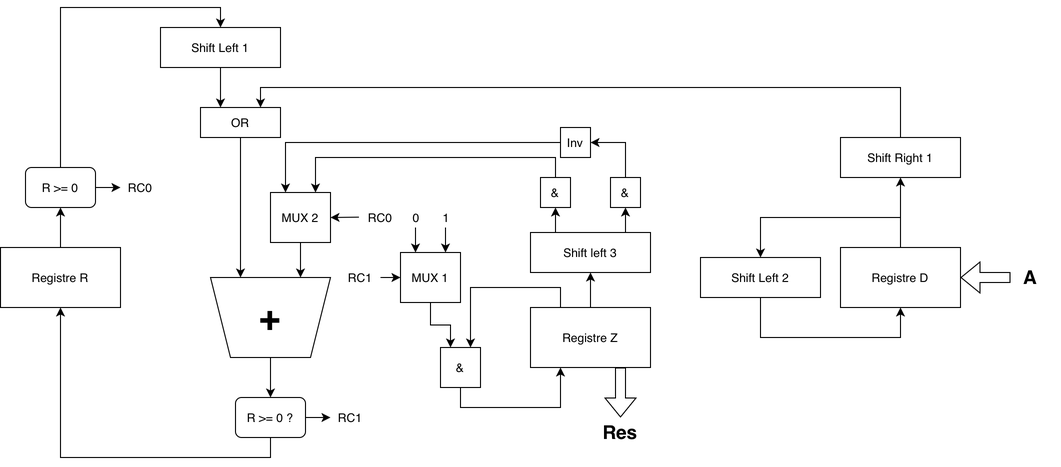
jomsc/a3-seti keeps this draw.io diagram as TP1/rapport-TP-fr/images/chemin_donnees_QB.png. Above is the earlier version. Source tidied: cells renumbered, new cells last; positions are measured from the earlier drawing's top-left corner, leaving out a move shared by most shapes.
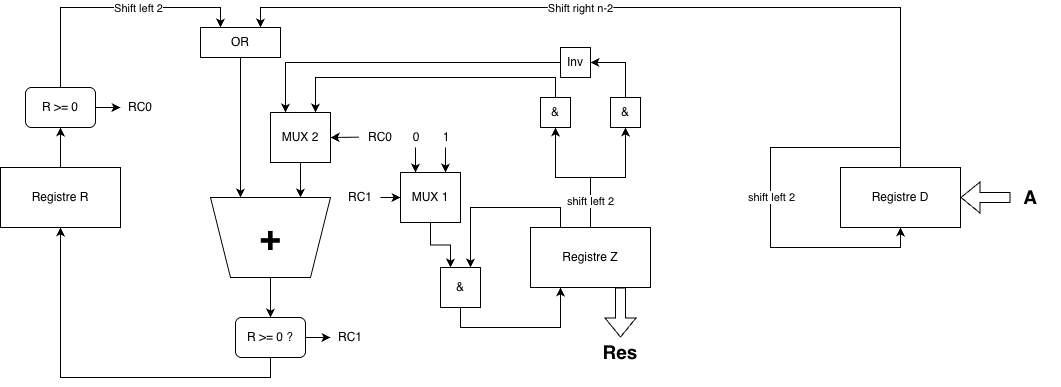
After the change.

Diff of the diagram source:
```diff
@@ -11,11 +11,11 @@
     <mxCell id="4" style="edgeStyle=orthogonalEdgeStyle;rounded=0;jettySize=auto;html=1;exitX=0.5;exitY=1;exitDx=0;exitDy=0;entryX=0.5;entryY=1;entryDx=0;entryDy=0;defaultLabelBackgroundColor=gap;" parent="1" edge="1" source="6" target="8">
       <mxGeometry relative="1" as="geometry" />
     </mxCell>
-    <mxCell id="5" style="edgeStyle=orthogonalEdgeStyle;rounded=0;jettySize=auto;html=1;exitX=1;exitY=0.5;exitDx=0;exitDy=0;defaultLabelBackgroundColor=gap;" parent="1" edge="1" source="6">
-      <mxGeometry relative="1" as="geometry">
-        <mxPoint x="330" y="389.7" as="targetPoint" />
-      </mxGeometry>
-    </mxCell>
+    <mxCell id="55" style="edgeStyle=orthogonalEdgeStyle;rounded=0;jettySize=auto;html=1;exitX=1;exitY=0.5;exitDx=0;exitDy=0;defaultLabelBackgroundColor=gap;" parent="1" edge="1" source="6">
+      <mxGeometry relative="1" as="geometry">
+        <mxPoint x="330" y="389.7" as="targetPoint" />
+      </mxGeometry>
+    </mxCell>
     <mxCell id="6" value="R &amp;gt;= 0 ?" style="rounded=1;whiteSpace=wrap;html=1;roundedPerimeter=1;" parent="1" vertex="1">
       <mxGeometry x="235" y="370" width="70" height="40" as="geometry" />
     </mxCell>
@@ -25,14 +25,17 @@
     <mxCell id="8" value="Registre R" style="rounded=0;whiteSpace=wrap;html=1;" parent="1" vertex="1">
       <mxGeometry y="220" width="120" height="60" as="geometry" />
     </mxCell>
-    <mxCell id="9" style="edgeStyle=orthogonalEdgeStyle;rounded=0;jettySize=auto;html=1;exitX=1;exitY=0.5;exitDx=0;exitDy=0;defaultLabelBackgroundColor=gap;" parent="1" edge="1" source="11">
-      <mxGeometry x="0.82" relative="1" as="geometry">
-        <mxPoint x="120" y="160.1" as="targetPoint" />
-      </mxGeometry>
-    </mxCell>
-    <mxCell id="10" style="edgeStyle=orthogonalEdgeStyle;rounded=0;jettySize=auto;html=1;exitX=0.5;exitY=0;exitDx=0;exitDy=0;entryX=0.5;entryY=0;entryDx=0;entryDy=0;defaultLabelBackgroundColor=gap;" parent="1" edge="1" source="11" target="15">
-      <mxGeometry relative="1" as="geometry" />
-    </mxCell>
+    <mxCell id="56" style="edgeStyle=orthogonalEdgeStyle;rounded=0;jettySize=auto;html=1;exitX=1;exitY=0.5;exitDx=0;exitDy=0;defaultLabelBackgroundColor=gap;" parent="1" edge="1" source="11">
+      <mxGeometry x="0.82" relative="1" as="geometry">
+        <mxPoint x="120" y="160.1" as="targetPoint" />
+      </mxGeometry>
+    </mxCell>
+    <mxCell id="57" style="edgeStyle=orthogonalEdgeStyle;rounded=0;jettySize=auto;html=1;exitX=0.5;exitY=0;exitDx=0;exitDy=0;entryX=0.25;entryY=0;entryDx=0;entryDy=0;defaultLabelBackgroundColor=gap;" parent="1" edge="1" source="11" target="17">
+      <mxGeometry relative="1" as="geometry" />
+    </mxCell>
+    <mxCell id="58" value="Shift left 2" style="edgeLabel;html=1;align=center;verticalAlign=middle;defaultLabelBackgroundColor=gap;" parent="57" vertex="1">
+      <mxGeometry x="0.21" relative="1" as="geometry" />
+    </mxCell>
     <mxCell id="11" value="R &amp;gt;= 0" style="rounded=1;whiteSpace=wrap;html=1;roundedPerimeter=1;" parent="1" vertex="1">
       <mxGeometry x="25" y="140" width="70" height="40" as="geometry" />
     </mxCell>
@@ -42,12 +45,6 @@
     <mxCell id="13" value="RC1" style="text;html=1;whiteSpace=wrap;strokeColor=none;fillColor=none;align=center;verticalAlign=middle;rounded=0;" parent="1" vertex="1">
       <mxGeometry x="320" y="375" width="60" height="30" as="geometry" />
     </mxCell>
-    <mxCell id="14" style="edgeStyle=orthogonalEdgeStyle;rounded=0;jettySize=auto;html=1;exitX=0.5;exitY=1;exitDx=0;exitDy=0;entryX=0.25;entryY=0;entryDx=0;entryDy=0;defaultLabelBackgroundColor=gap;" parent="1" edge="1" source="15" target="17">
-      <mxGeometry relative="1" as="geometry" />
-    </mxCell>
-    <mxCell id="15" value="Shift Left 1" style="rounded=0;whiteSpace=wrap;html=1;" parent="1" vertex="1">
-      <mxGeometry x="160" width="120" height="40" as="geometry" />
-    </mxCell>
     <mxCell id="16" style="edgeStyle=orthogonalEdgeStyle;rounded=0;jettySize=auto;html=1;exitX=0.5;exitY=1;exitDx=0;exitDy=0;entryX=0.75;entryY=1;entryDx=0;entryDy=0;defaultLabelBackgroundColor=gap;" parent="1" edge="1" source="17" target="3">
       <mxGeometry relative="1" as="geometry" />
     </mxCell>
@@ -60,48 +57,34 @@
     <mxCell id="19" value="MUX 2" style="rounded=0;whiteSpace=wrap;html=1;" parent="1" vertex="1">
       <mxGeometry x="270" y="165" width="60" height="50" as="geometry" />
     </mxCell>
-    <mxCell id="20" style="edgeStyle=orthogonalEdgeStyle;rounded=0;jettySize=auto;html=1;exitX=0.5;exitY=0;exitDx=0;exitDy=0;entryX=0.5;entryY=1;entryDx=0;entryDy=0;defaultLabelBackgroundColor=gap;" parent="1" edge="1" source="21" target="23">
-      <mxGeometry relative="1" as="geometry" />
-    </mxCell>
+    <mxCell id="59" style="edgeStyle=orthogonalEdgeStyle;rounded=0;jettySize=auto;html=1;exitX=0.5;exitY=0;exitDx=0;exitDy=0;entryX=0.75;entryY=0;entryDx=0;entryDy=0;defaultLabelBackgroundColor=gap;" parent="1" edge="1" source="21" target="17">
+      <mxGeometry relative="1" as="geometry" />
+    </mxCell>
+    <mxCell id="60" value="Shift right n-2" style="edgeLabel;html=1;align=center;verticalAlign=middle;defaultLabelBackgroundColor=gap;" parent="59" vertex="1">
+      <mxGeometry x="0.17" y="1" relative="1" as="geometry">
+        <mxPoint y="-1" as="offset" />
+      </mxGeometry>
+    </mxCell>
     <mxCell id="21" value="Registre D" style="whiteSpace=wrap;html=1;" parent="1" vertex="1">
       <mxGeometry x="840" y="220" width="120" height="60" as="geometry" />
     </mxCell>
-    <mxCell id="22" style="edgeStyle=orthogonalEdgeStyle;rounded=0;jettySize=auto;html=1;exitX=0.5;exitY=0;exitDx=0;exitDy=0;entryX=0.75;entryY=0;entryDx=0;entryDy=0;defaultLabelBackgroundColor=gap;" parent="1" edge="1" source="23" target="17">
-      <mxGeometry relative="1" as="geometry" />
-    </mxCell>
-    <mxCell id="23" value="Shift Right 1" style="rounded=0;whiteSpace=wrap;html=1;" parent="1" vertex="1">
-      <mxGeometry x="840" y="110" width="120" height="40" as="geometry" />
-    </mxCell>
-    <mxCell id="24" style="edgeStyle=orthogonalEdgeStyle;rounded=0;jettySize=auto;html=1;exitX=0.5;exitY=1;exitDx=0;exitDy=0;entryX=0.5;entryY=1;entryDx=0;entryDy=0;defaultLabelBackgroundColor=gap;" parent="1" edge="1" source="25" target="21">
-      <mxGeometry relative="1" as="geometry">
-        <Array as="points">
-          <mxPoint x="760" y="310" />
-          <mxPoint x="900" y="310" />
-        </Array>
-      </mxGeometry>
-    </mxCell>
-    <mxCell id="25" value="Shift Left 2" style="rounded=0;whiteSpace=wrap;html=1;" parent="1" vertex="1">
-      <mxGeometry x="700" y="230" width="120" height="40" as="geometry" />
-    </mxCell>
-    <mxCell id="26" style="endArrow=classic;html=1;rounded=0;defaultLabelBackgroundColor=gap;edgeStyle=orthogonalEdgeStyle;entryX=0.5;entryY=0;entryDx=0;entryDy=0;" parent="1" edge="1" target="25">
-      <mxGeometry x="-0.22" relative="1" as="geometry">
-        <mxPoint x="900" y="190" as="sourcePoint" />
-      </mxGeometry>
-    </mxCell>
     <mxCell id="27" style="edgeStyle=orthogonalEdgeStyle;rounded=0;jettySize=auto;html=1;exitX=0.25;exitY=0;exitDx=0;exitDy=0;entryX=0.75;entryY=0;entryDx=0;entryDy=0;defaultLabelBackgroundColor=gap;" parent="1" edge="1" source="29" target="46">
       <mxGeometry relative="1" as="geometry" />
     </mxCell>
-    <mxCell id="28" style="edgeStyle=orthogonalEdgeStyle;rounded=0;jettySize=auto;html=1;exitX=0.5;exitY=0;exitDx=0;exitDy=0;entryX=0.5;entryY=1;entryDx=0;entryDy=0;defaultLabelBackgroundColor=gap;" parent="1" edge="1" source="29" target="53">
-      <mxGeometry relative="1" as="geometry" />
-    </mxCell>
+    <mxCell id="61" style="edgeStyle=orthogonalEdgeStyle;rounded=0;jettySize=auto;html=1;exitX=0.5;exitY=0;exitDx=0;exitDy=0;entryX=0.5;entryY=1;entryDx=0;entryDy=0;defaultLabelBackgroundColor=gap;" parent="1" edge="1" source="29" target="36">
+      <mxGeometry relative="1" as="geometry" />
+    </mxCell>
+    <mxCell id="62" value="shift left 2" style="edgeLabel;html=1;align=center;verticalAlign=middle;defaultLabelBackgroundColor=gap;" parent="61" vertex="1">
+      <mxGeometry x="-0.6" y="1" relative="1" as="geometry" />
+    </mxCell>
     <mxCell id="29" value="Registre Z" style="whiteSpace=wrap;html=1;" parent="1" vertex="1">
       <mxGeometry x="530" y="280" width="120" height="60" as="geometry" />
     </mxCell>
-    <mxCell id="30" style="shape=flexArrow;endArrow=classic;html=1;rounded=0;defaultLabelBackgroundColor=gap;entryX=1;entryY=0.5;entryDx=0;entryDy=0;" parent="1" edge="1" target="21">
-      <mxGeometry relative="1" as="geometry">
-        <mxPoint x="1010" y="250" as="sourcePoint" />
-      </mxGeometry>
-    </mxCell>
+    <mxCell id="63" style="shape=flexArrow;endArrow=classic;html=1;rounded=0;defaultLabelBackgroundColor=gap;entryX=1;entryY=0.5;entryDx=0;entryDy=0;" parent="1" edge="1" target="21">
+      <mxGeometry relative="1" as="geometry">
+        <mxPoint x="1010" y="250" as="sourcePoint" />
+      </mxGeometry>
+    </mxCell>
     <mxCell id="31" value="&lt;b&gt;&lt;font style=&quot;font-size: 19px;&quot;&gt;A&lt;/font&gt;&lt;/b&gt;" style="text;html=1;whiteSpace=wrap;strokeColor=none;fillColor=none;align=center;verticalAlign=middle;rounded=0;" parent="1" vertex="1">
       <mxGeometry x="1000" y="235" width="60" height="30" as="geometry" />
     </mxCell>
@@ -150,33 +133,42 @@
     <mxCell id="46" value="&amp;amp;" style="whiteSpace=wrap;html=1;" parent="1" vertex="1">
       <mxGeometry x="440" y="320" width="40" height="40" as="geometry" />
     </mxCell>
-    <mxCell id="47" style="endArrow=classic;html=1;rounded=0;defaultLabelBackgroundColor=gap;entryX=0.25;entryY=0;entryDx=0;entryDy=0;" parent="1" edge="1" target="42">
-      <mxGeometry relative="1" as="geometry">
-        <mxPoint x="415" y="200" as="sourcePoint" />
-      </mxGeometry>
-    </mxCell>
-    <mxCell id="48" style="endArrow=classic;html=1;rounded=0;defaultLabelBackgroundColor=gap;entryX=0.75;entryY=0;entryDx=0;entryDy=0;" parent="1" edge="1" target="42">
-      <mxGeometry relative="1" as="geometry">
-        <mxPoint x="445" y="200" as="sourcePoint" />
-      </mxGeometry>
-    </mxCell>
+    <mxCell id="64" style="endArrow=classic;html=1;rounded=0;defaultLabelBackgroundColor=gap;entryX=0.25;entryY=0;entryDx=0;entryDy=0;" parent="1" edge="1" target="42">
+      <mxGeometry relative="1" as="geometry">
+        <mxPoint x="415" y="200" as="sourcePoint" />
+      </mxGeometry>
+    </mxCell>
+    <mxCell id="65" style="endArrow=classic;html=1;rounded=0;defaultLabelBackgroundColor=gap;entryX=0.75;entryY=0;entryDx=0;entryDy=0;" parent="1" edge="1" target="42">
+      <mxGeometry relative="1" as="geometry">
+        <mxPoint x="445" y="200" as="sourcePoint" />
+      </mxGeometry>
+    </mxCell>
     <mxCell id="49" value="0" style="text;html=1;whiteSpace=wrap;strokeColor=none;fillColor=none;align=center;verticalAlign=middle;rounded=0;" parent="1" vertex="1">
       <mxGeometry x="401" y="175" width="30" height="30" as="geometry" />
     </mxCell>
     <mxCell id="50" value="1" style="text;html=1;whiteSpace=wrap;strokeColor=none;fillColor=none;align=center;verticalAlign=middle;rounded=0;" parent="1" vertex="1">
       <mxGeometry x="431" y="175" width="30" height="30" as="geometry" />
     </mxCell>
-    <mxCell id="51" style="edgeStyle=orthogonalEdgeStyle;rounded=0;jettySize=auto;html=1;exitX=0.25;exitY=0;exitDx=0;exitDy=0;entryX=0.5;entryY=1;entryDx=0;entryDy=0;defaultLabelBackgroundColor=gap;" parent="1" edge="1" source="53" target="34">
-      <mxGeometry relative="1" as="geometry" />
-    </mxCell>
-    <mxCell id="52" style="edgeStyle=orthogonalEdgeStyle;rounded=0;jettySize=auto;html=1;exitX=0.75;exitY=0;exitDx=0;exitDy=0;entryX=0.5;entryY=1;entryDx=0;entryDy=0;defaultLabelBackgroundColor=gap;" parent="1" edge="1" source="53" target="36">
-      <mxGeometry relative="1" as="geometry" />
-    </mxCell>
-    <mxCell id="53" value="Shift left 3" style="whiteSpace=wrap;html=1;" parent="1" vertex="1">
-      <mxGeometry x="530" y="205" width="120" height="40" as="geometry" />
-    </mxCell>
     <mxCell id="54" style="shape=flexArrow;endArrow=classic;html=1;rounded=0;defaultLabelBackgroundColor=gap;exitX=0.75;exitY=1;exitDx=0;exitDy=0;entryX=0.5;entryY=0;entryDx=0;entryDy=0;" parent="1" edge="1" source="29" target="32">
       <mxGeometry relative="1" as="geometry" />
     </mxCell>
+    <mxCell id="66" style="endArrow=classic;html=1;rounded=0;defaultLabelBackgroundColor=gap;edgeStyle=orthogonalEdgeStyle;exitX=0.5;exitY=0;exitDx=0;exitDy=0;entryX=0.5;entryY=1;entryDx=0;entryDy=0;innerLoopWaypoints=1;" parent="1" edge="1" source="21" target="21">
+      <mxGeometry x="0.07" relative="1" as="geometry">
+        <Array as="points">
+          <mxPoint x="900" y="200" />
+          <mxPoint x="770" y="200" />
+          <mxPoint x="770" y="300" />
+          <mxPoint x="900" y="300" />
+        </Array>
+      </mxGeometry>
+    </mxCell>
+    <mxCell id="67" value="shift left 2" style="edgeLabel;html=1;align=center;verticalAlign=middle;defaultLabelBackgroundColor=gap;" parent="66" vertex="1">
+      <mxGeometry relative="1" as="geometry" />
+    </mxCell>
+    <mxCell id="68" style="endArrow=classic;html=1;rounded=0;defaultLabelBackgroundColor=gap;edgeStyle=orthogonalEdgeStyle;entryX=0.5;entryY=1;entryDx=0;entryDy=0;" parent="1" edge="1" target="34">
+      <mxGeometry x="0.23" relative="1" as="geometry">
+        <mxPoint x="590" y="230" as="sourcePoint" />
+      </mxGeometry>
+    </mxCell>
   </root>
 </mxGraphModel>
```
